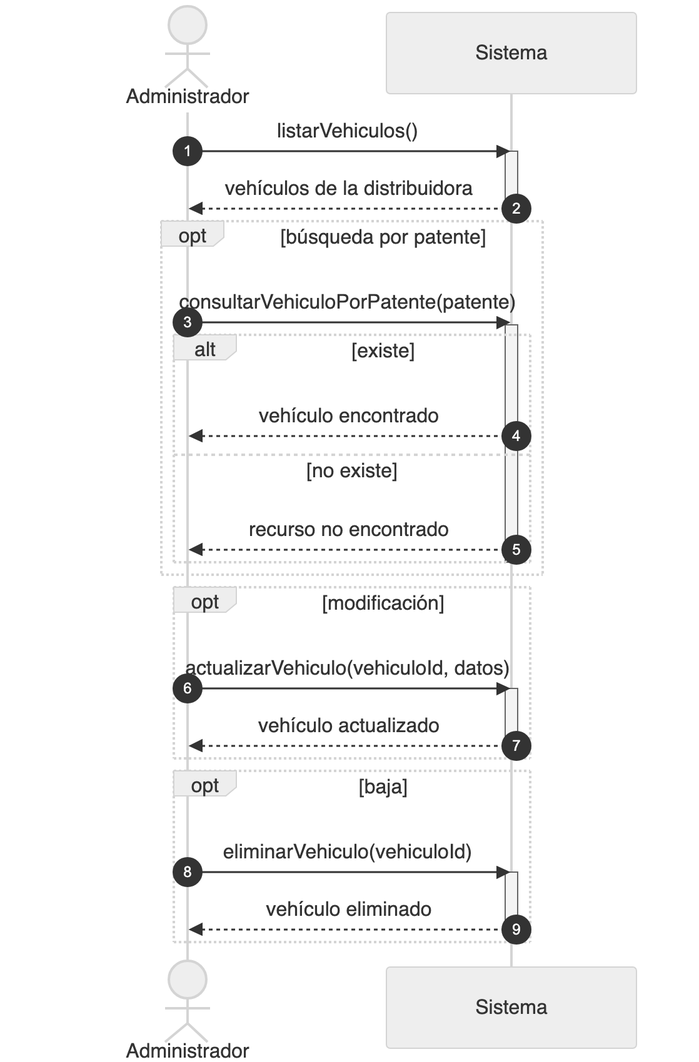
This is diagramas/png/DSS_CU-051_Gestionar-Vehiculos.png from Nahuelito-Dev/splg-docs, a Mermaid export, as it was before one commit. Its source is kept beside it as diagramas/DSS_CU-051_Gestionar-Vehiculos.mmd. Source of this version:
```mermaid
sequenceDiagram
    title DSS — CU-051 Gestionar Vehiculos
    autonumber
    actor ADM as Administrador
    participant SIS as Sistema

    ADM->>SIS: listarVehiculos()
    activate SIS
    SIS-->>ADM: vehículos de la distribuidora
    deactivate SIS

    opt búsqueda por patente
        ADM->>SIS: consultarVehiculoPorPatente(patente)
        activate SIS
        alt existe
            SIS-->>ADM: vehículo encontrado
        else no existe
            SIS-->>ADM: recurso no encontrado
        end
        deactivate SIS
    end

    opt modificación
        ADM->>SIS: actualizarVehiculo(vehiculoId, datos)
        activate SIS
        SIS-->>ADM: vehículo actualizado
        deactivate SIS
    end

    opt baja
        ADM->>SIS: eliminarVehiculo(vehiculoId)
        activate SIS
        SIS-->>ADM: vehículo eliminado
        deactivate SIS
    end
```
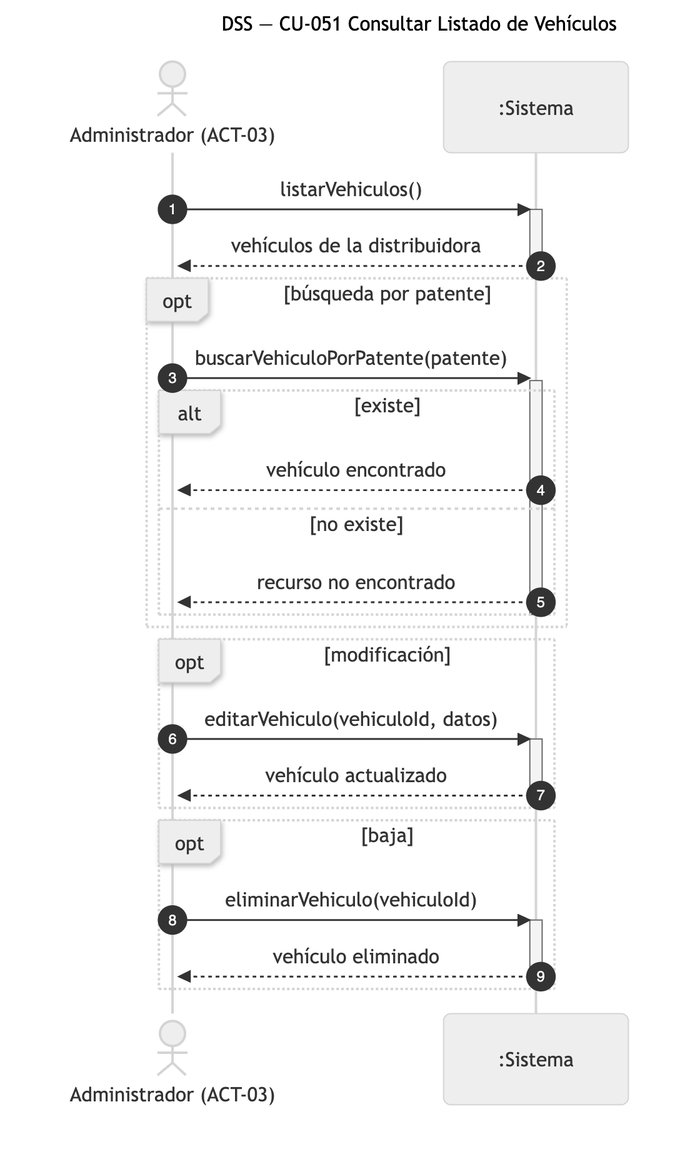
After the change.

The edit, as a diff of the source:
```diff
@@ -1,8 +1,8 @@
 sequenceDiagram
-    title DSS — CU-051 Gestionar Vehiculos
+    title DSS — CU-051 Consultar Listado de Vehículos
     autonumber
-    actor ADM as Administrador
-    participant SIS as Sistema
+    actor ADM as Administrador (ACT-03)
+    participant SIS as :Sistema
 
     ADM->>SIS: listarVehiculos()
     activate SIS
@@ -10,7 +10,7 @@
     deactivate SIS
 
     opt búsqueda por patente
-        ADM->>SIS: consultarVehiculoPorPatente(patente)
+        ADM->>SIS: buscarVehiculoPorPatente(patente)
         activate SIS
         alt existe
             SIS-->>ADM: vehículo encontrado
@@ -21,7 +21,7 @@
     end
 
     opt modificación
-        ADM->>SIS: actualizarVehiculo(vehiculoId, datos)
+        ADM->>SIS: editarVehiculo(vehiculoId, datos)
         activate SIS
         SIS-->>ADM: vehículo actualizado
         deactivate SIS
```
